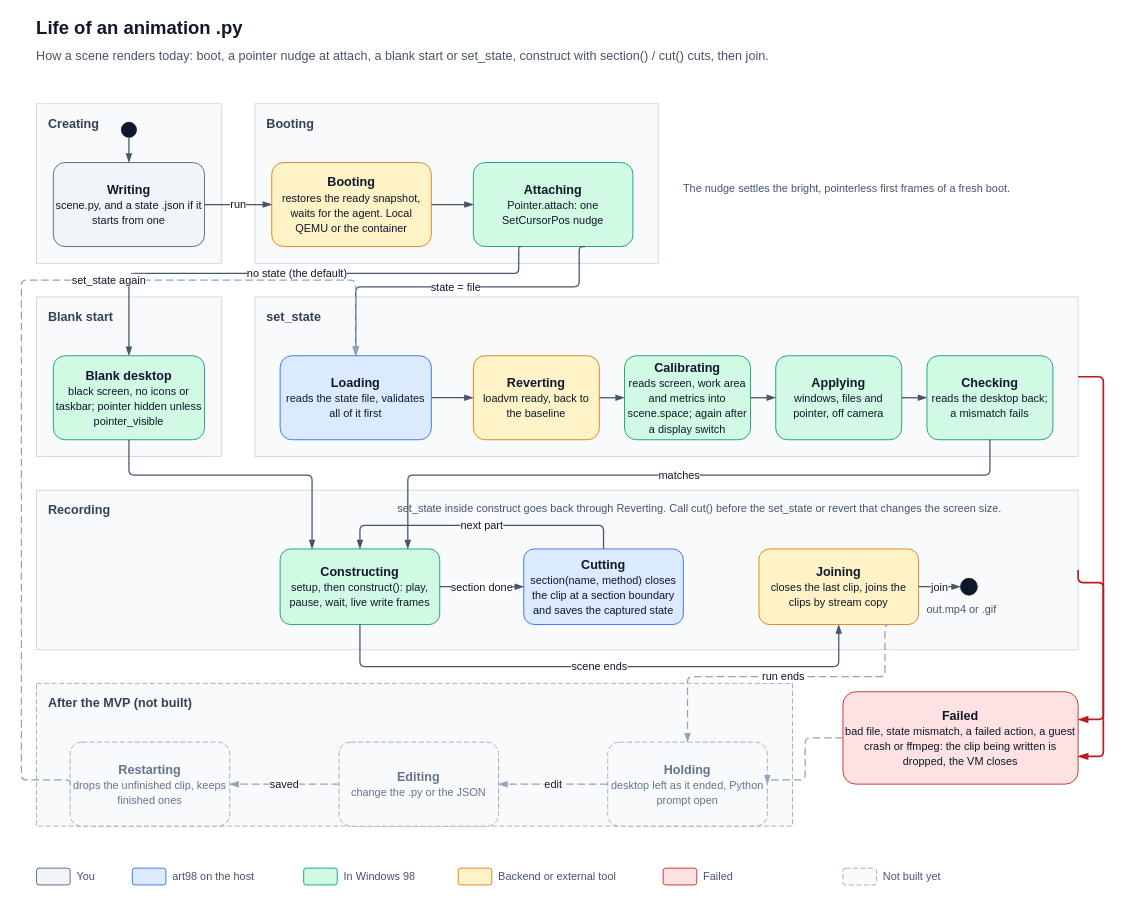
Above: docs/design/scene-lifecycle.drawio in StanLukuvka/98artware (draw.io), before the change. Source tidied: cells renumbered, new cells numbered last; positions are measured from the earlier drawing's top-left corner, leaving out a move shared by most shapes. Both pictures are drawn from the tidied source at 84%, with x=0, y=0 at pixel (21, 14).
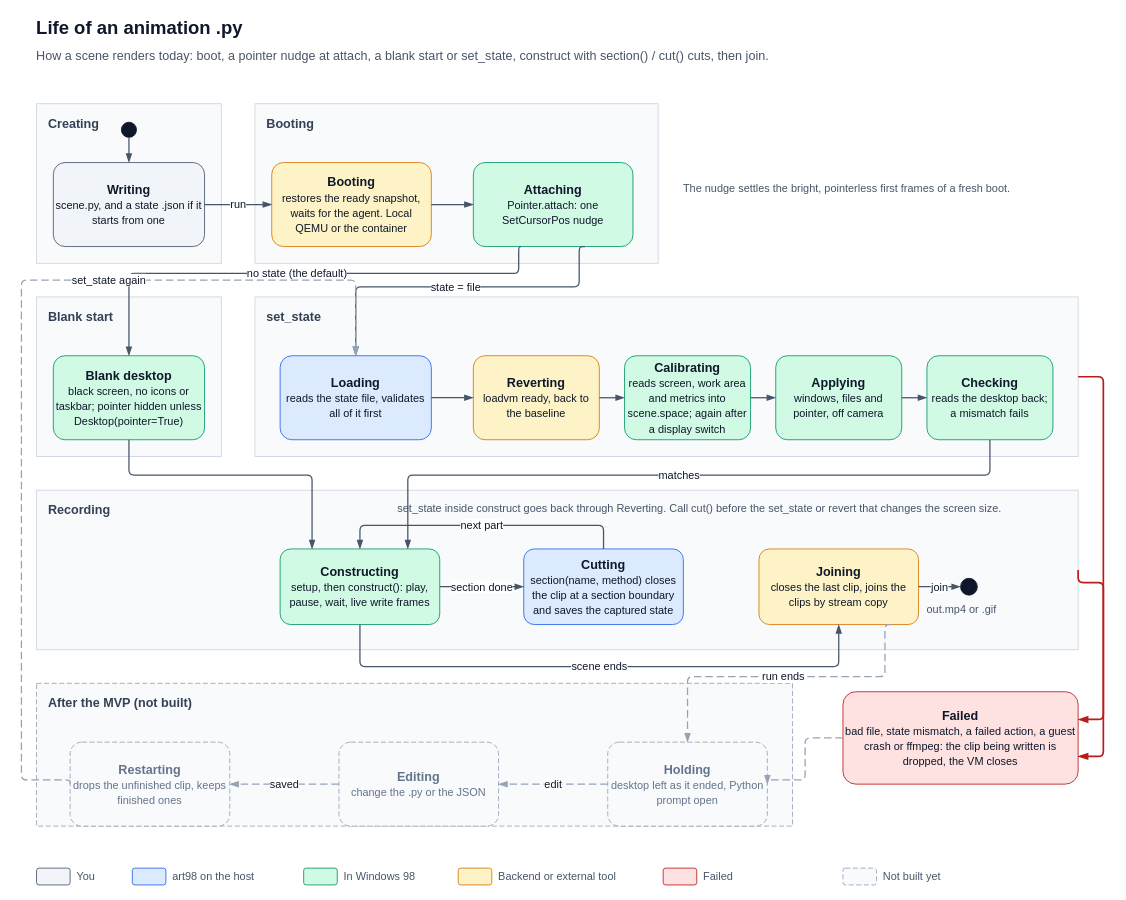
The same diagram, later.

The edit, as a diff of the source:
```diff
@@
-    <mxCell id="24" value="&lt;b&gt;Blank desktop&lt;/b&gt;&lt;br&gt;&lt;span style=&quot;font-size:13px&quot;&gt;black screen, no icons or taskbar; pointer hidden unless pointer_visible&lt;/span&gt;" style="rounded=1;arcSize=14;fillColor=#D1FAE5;strokeColor=#059669;whiteSpace=wrap;html=1;fontFamily=Helvetica;fontSize=15;fontColor=#0F172A;align=center;verticalAlign=middle;spacing=4;" parent="1" vertex="1">
+    <mxCell id="24" value="&lt;b&gt;Blank desktop&lt;/b&gt;&lt;br&gt;&lt;span style=&quot;font-size:13px&quot;&gt;black screen, no icons or taskbar; pointer hidden unless Desktop(pointer=True)&lt;/span&gt;" style="rounded=1;arcSize=14;fillColor=#D1FAE5;strokeColor=#059669;whiteSpace=wrap;html=1;fontFamily=Helvetica;fontSize=15;fontColor=#0F172A;align=center;verticalAlign=middle;spacing=4;" parent="1" vertex="1">
       <mxGeometry x="38" y="406" width="180" height="100" as="geometry" />
     </mxCell>
```
